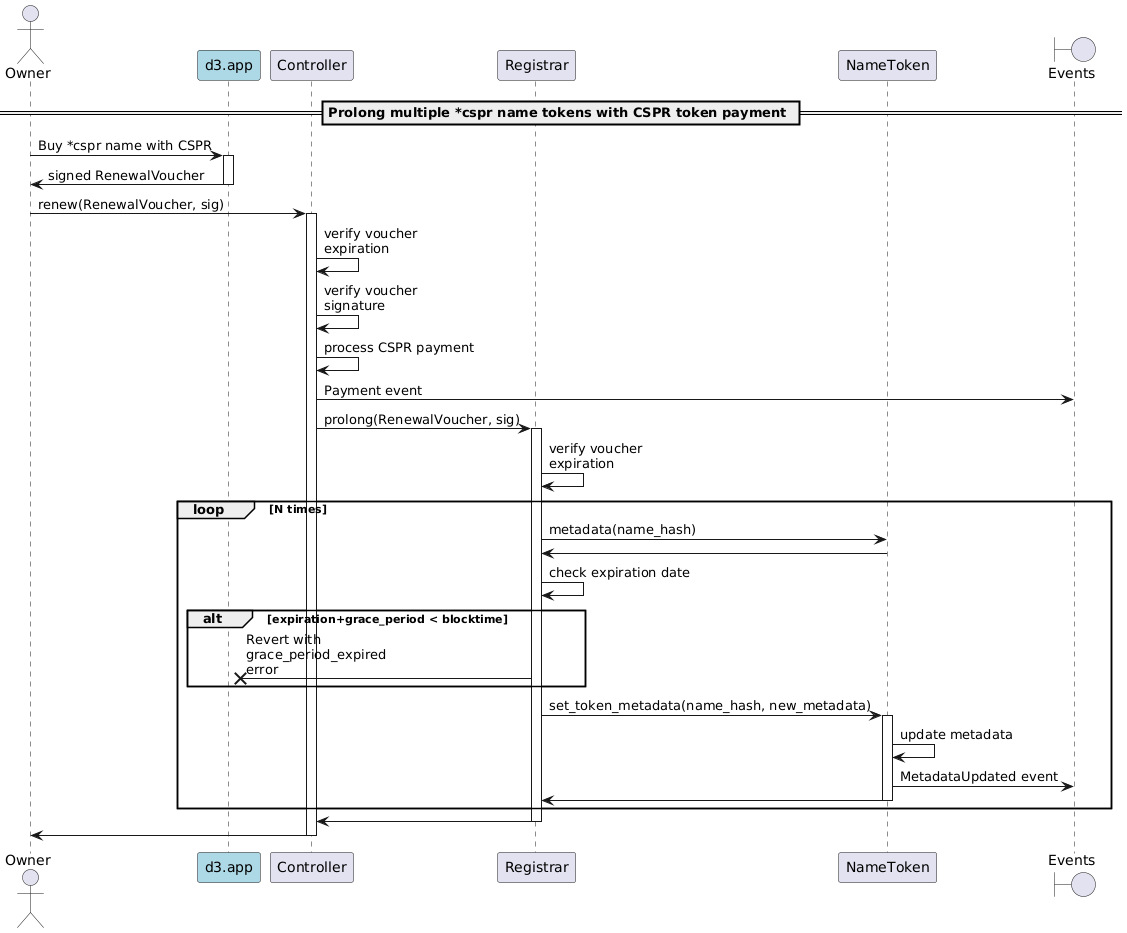
make-software/cspr-name-contracts keeps this PlantUML diagram as docs/sequence-diagrams/puml/onchain-renewal.png. Above is the earlier version.
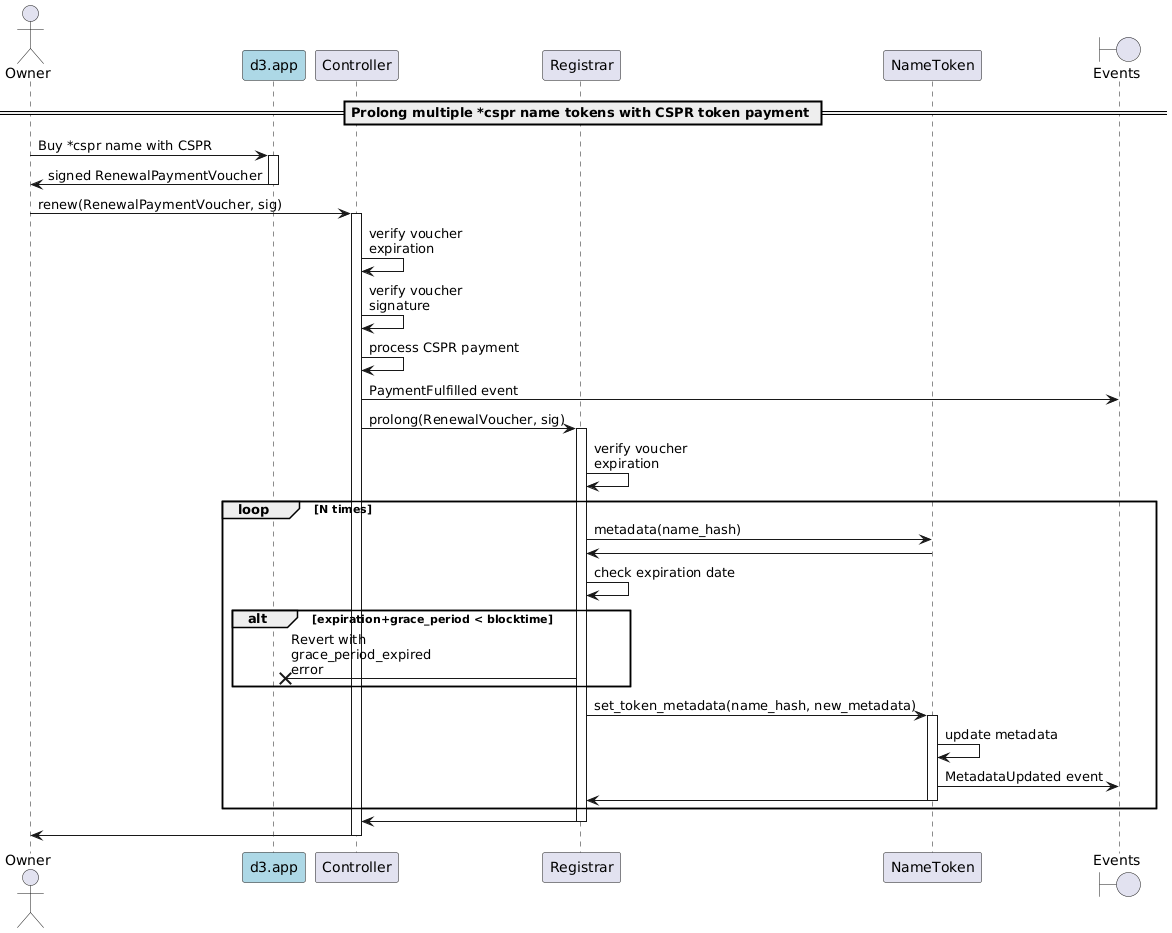
Later version of the same file.

Diff of the diagram source:
```diff
@@ -11,15 +11,15 @@
 
 Owner -> d3: Buy *cspr name with CSPR
 activate d3
-d3 -> Owner: signed RenewalVoucher
+d3 -> Owner: signed RenewalPaymentVoucher
 deactivate d3
 
-Owner -> Controller: renew(RenewalVoucher, sig)
+Owner -> Controller: renew(RenewalPaymentVoucher, sig)
 activate Controller
 Controller -> Controller: verify voucher\nexpiration
 Controller -> Controller: verify voucher\nsignature
 Controller -> Controller: process CSPR payment
-Controller -> "Events": Payment event
+Controller -> "Events": PaymentFulfilled event
 Controller -> Registrar: prolong(RenewalVoucher, sig)
 activate Registrar
 Registrar -> Registrar: verify voucher\nexpiration
```
